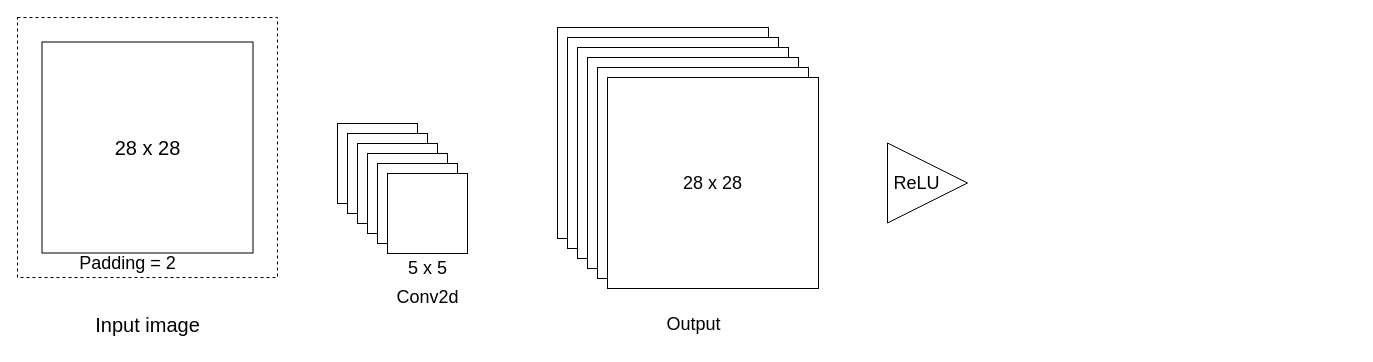
sphynxlee/NSCCAI keeps this draw.io diagram as codes/opencv_practice/cnn.drawio. Above is the earlier version. Source tidied: cells renumbered, new cells numbered last; positions are measured from the earlier drawing's top-left corner, leaving out a move shared by most shapes. Both pictures are drawn from the tidied source at 100%, with x=0, y=0 at pixel (17, 17).
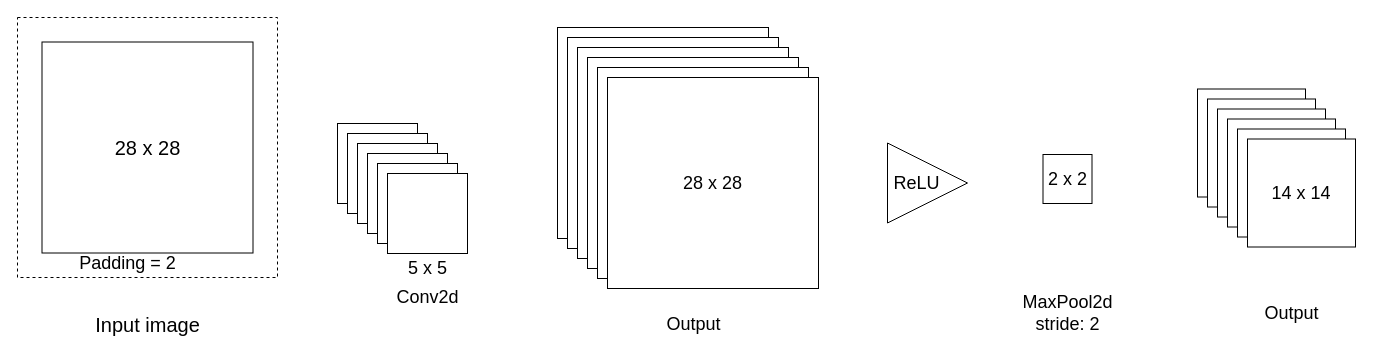
The same page after the edit.

What changed in the source:
```diff
@@
+    <mxCell id="23" value="&lt;font style=&quot;font-size: 18px;&quot;&gt;2 x 2&lt;/font&gt;" style="whiteSpace=wrap;html=1;" parent="1" vertex="1">
+      <mxGeometry x="1025.5" y="137" width="49" height="49" as="geometry" />
+    </mxCell>
+    <mxCell id="24" value="&lt;font style=&quot;font-size: 18px;&quot;&gt;MaxPool2d&lt;br&gt;stride: 2&lt;br&gt;&lt;/font&gt;" style="text;html=1;align=center;verticalAlign=middle;strokeColor=none;fillColor=none;" parent="1" vertex="1">
+      <mxGeometry x="995" y="266" width="110" height="60" as="geometry" />
+    </mxCell>
+    <mxCell id="25" style="whiteSpace=wrap;html=1;" parent="1" vertex="1">
+      <mxGeometry x="1180" y="71.5" width="108" height="108" as="geometry" />
+    </mxCell>
+    <mxCell id="26" style="whiteSpace=wrap;html=1;" parent="1" vertex="1">
+      <mxGeometry x="1190" y="81.5" width="108" height="108" as="geometry" />
+    </mxCell>
+    <mxCell id="27" style="whiteSpace=wrap;html=1;" parent="1" vertex="1">
+      <mxGeometry x="1200" y="91.5" width="108" height="108" as="geometry" />
+    </mxCell>
+    <mxCell id="28" style="whiteSpace=wrap;html=1;" parent="1" vertex="1">
+      <mxGeometry x="1210" y="101.5" width="108" height="108" as="geometry" />
+    </mxCell>
+    <mxCell id="29" style="whiteSpace=wrap;html=1;" parent="1" vertex="1">
+      <mxGeometry x="1220" y="111.5" width="108" height="108" as="geometry" />
+    </mxCell>
+    <mxCell id="30" value="&lt;font style=&quot;font-size: 18px;&quot;&gt;14 x 14&lt;/font&gt;" style="whiteSpace=wrap;html=1;" parent="1" vertex="1">
+      <mxGeometry x="1230" y="121.5" width="108" height="108" as="geometry" />
+    </mxCell>
+    <mxCell id="31" value="&lt;font style=&quot;font-size: 18px;&quot;&gt;Output&lt;/font&gt;" style="text;html=1;align=center;verticalAlign=middle;strokeColor=none;fillColor=none;" parent="1" vertex="1">
+      <mxGeometry x="1234" y="276" width="80" height="40" as="geometry" />
+    </mxCell>
```
